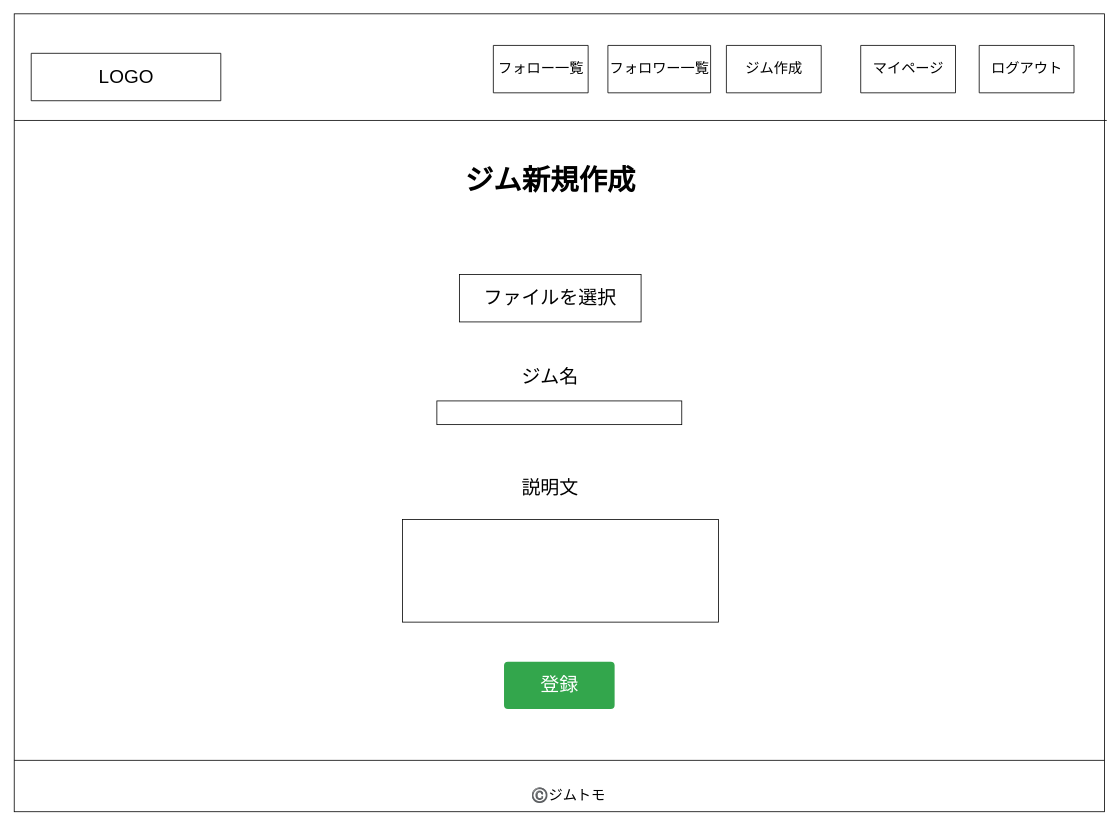
This is page "ジム作成" (6 of 10) of 名称未設定ファイル.drawio from 74905/kintore_app, a draw.io file, before an edit. Source tidied: cells renumbered, new cells numbered last; positions are measured from the earlier drawing's top-left corner, leaving out a move shared by most shapes. Both pictures are drawn from the tidied source at 79%, with x=0, y=0 at pixel (13, 13).
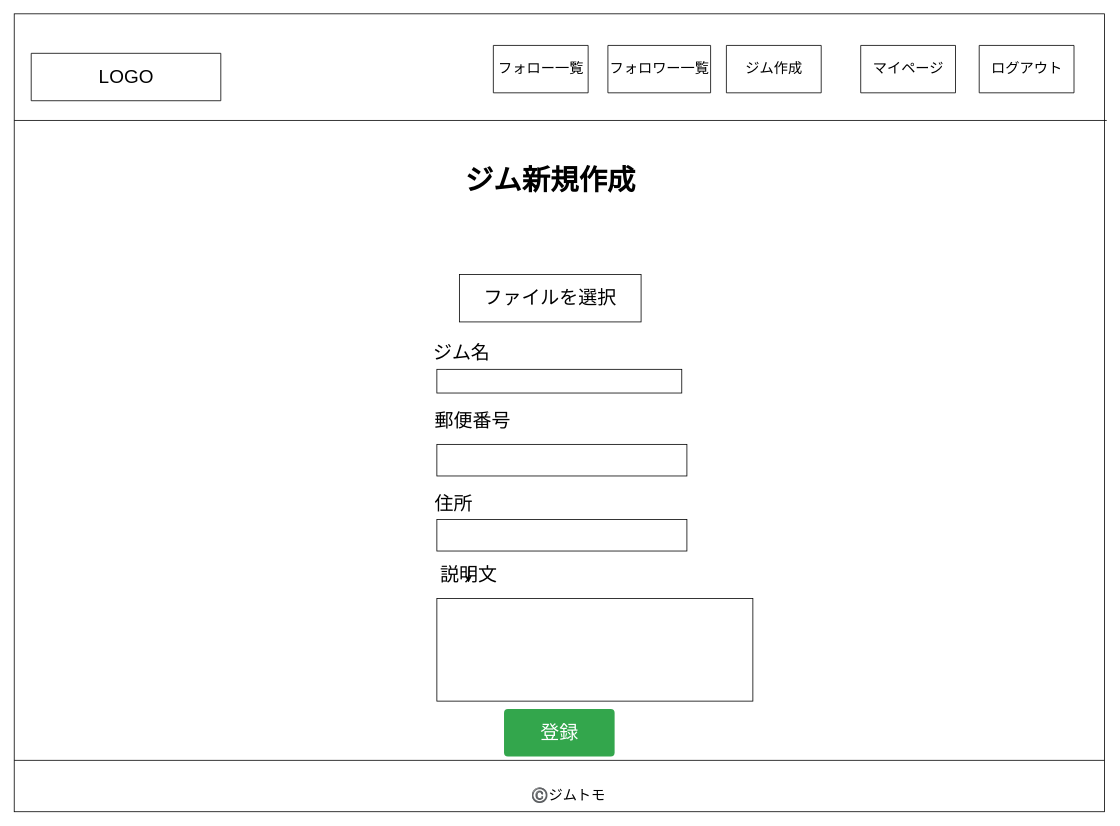
The same page after the edit.

What changed in the source:
```diff
@@
     <mxCell id="12" value="&lt;font style=&quot;font-size: 24px&quot;&gt;ジム名&lt;/font&gt;" style="text;html=1;strokeColor=none;fillColor=none;align=center;verticalAlign=middle;whiteSpace=wrap;rounded=0;sketch=0;" parent="1" vertex="1">
-      <mxGeometry x="584" y="450" width="190" height="20" as="geometry" />
+      <mxGeometry x="472" y="420" width="190" height="20" as="geometry" />
     </mxCell>
     <mxCell id="13" style="rounded=0;whiteSpace=wrap;html=1;sketch=0;" parent="1" vertex="1">
-      <mxGeometry x="535.5" y="490" width="310" height="30" as="geometry" />
+      <mxGeometry x="535.5" y="450" width="310" height="30" as="geometry" />
     </mxCell>
     <mxCell id="14" value="&lt;font style=&quot;font-size: 24px&quot;&gt;説明文&lt;/font&gt;" style="text;html=1;strokeColor=none;fillColor=none;align=center;verticalAlign=middle;whiteSpace=wrap;rounded=0;sketch=0;" parent="1" vertex="1">
-      <mxGeometry x="619" y="590" width="120" height="20" as="geometry" />
+      <mxGeometry x="515.5" y="700" width="120" height="20" as="geometry" />
     </mxCell>
     <mxCell id="15" style="rounded=0;whiteSpace=wrap;html=1;sketch=0;" parent="1" vertex="1">
-      <mxGeometry x="492" y="640" width="400" height="130" as="geometry" />
+      <mxGeometry x="535.5" y="740" width="400" height="130" as="geometry" />
     </mxCell>
     <mxCell id="16" value="&lt;font style=&quot;font-size: 24px&quot;&gt;登録&lt;/font&gt;" style="html=1;shadow=0;dashed=0;shape=mxgraph.bootstrap.rrect;rSize=5;strokeColor=none;strokeWidth=1;fillColor=#33A64C;fontColor=#FFFFFF;whiteSpace=wrap;align=center;verticalAlign=middle;spacingLeft=0;fontStyle=0;fontSize=16;spacing=5;rounded=0;sketch=0;" parent="1" vertex="1">
-      <mxGeometry x="620.5" y="820" width="140" height="60" as="geometry" />
+      <mxGeometry x="620.5" y="880" width="140" height="60" as="geometry" />
     </mxCell>
@@
+    <mxCell id="19" style="edgeStyle=orthogonalEdgeStyle;curved=0;rounded=1;sketch=0;orthogonalLoop=1;jettySize=auto;html=1;exitX=0.5;exitY=0;exitDx=0;exitDy=0;entryX=0.5;entryY=1;entryDx=0;entryDy=0;" parent="1" edge="1" source="14" target="14">
+      <mxGeometry relative="1" as="geometry" />
+    </mxCell>
+    <mxCell id="20" value="&lt;font style=&quot;font-size: 24px&quot;&gt;郵便番号&lt;/font&gt;" style="text;html=1;strokeColor=none;fillColor=none;align=center;verticalAlign=middle;whiteSpace=wrap;rounded=0;sketch=0;" parent="1" vertex="1">
+      <mxGeometry x="525.5" y="485" width="110" height="60" as="geometry" />
+    </mxCell>
+    <mxCell id="21" style="rounded=0;whiteSpace=wrap;html=1;sketch=0;fillColor=#ffffff;" parent="1" vertex="1">
+      <mxGeometry x="535.5" y="545" width="316.5" height="40" as="geometry" />
+    </mxCell>
+    <mxCell id="22" value="&lt;font style=&quot;font-size: 24px&quot;&gt;住所&lt;/font&gt;" style="text;html=1;strokeColor=none;fillColor=none;align=center;verticalAlign=middle;whiteSpace=wrap;rounded=0;sketch=0;" parent="1" vertex="1">
+      <mxGeometry x="472" y="600" width="170" height="40" as="geometry" />
+    </mxCell>
+    <mxCell id="23" style="rounded=0;whiteSpace=wrap;html=1;sketch=0;fillColor=#ffffff;" parent="1" vertex="1">
+      <mxGeometry x="535.5" y="640" width="316.5" height="40" as="geometry" />
+    </mxCell>
```
